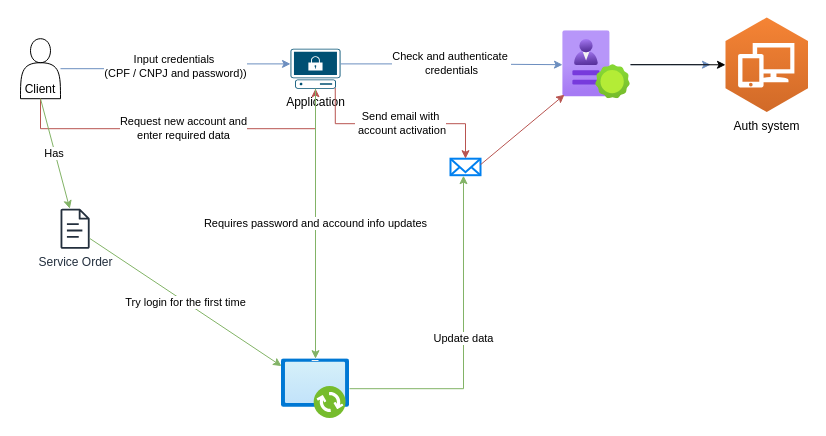
Earlier version of the draw.io diagram page "Domain Storytelling" (3 of 3) of docs/storytelling/Vehicle registration.drawio (1ChristianAlex/motordesk). Source tidied: cells renumbered, new cells numbered last; positions are measured from the earlier drawing's top-left corner, leaving out a move shared by most shapes. Both pictures are drawn from the tidied source at 100%, with x=0, y=0 at pixel (20, 17).
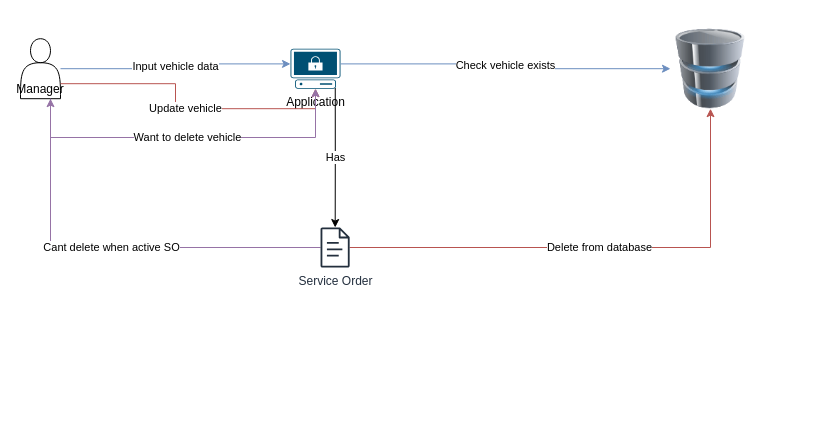
The same page after the edit.

Change to the diagram source:
```diff
@@
-    <mxCell id="2" style="group;" parent="1" vertex="1">
-      <mxGeometry width="787.5" height="401.2" as="geometry" />
-    </mxCell>
-    <mxCell id="3" value="Client" style="shape=actor;whiteSpace=wrap;html=1;verticalAlign=bottom;" parent="2" vertex="1">
+    <mxCell id="3" value="Manager" style="shape=actor;whiteSpace=wrap;html=1;verticalAlign=bottom;" parent="1" vertex="1">
       <mxGeometry y="21.2" width="40" height="60" as="geometry" />
     </mxCell>
+    <mxCell id="15" value="Has" style="edgeStyle=orthogonalEdgeStyle;rounded=0;jettySize=auto;html=1;exitX=0.895;exitY=0.98;exitDx=0;exitDy=0;exitPerimeter=0;" parent="1" edge="1" source="4" target="16">
+      <mxGeometry relative="1" as="geometry" />
+    </mxCell>
-    <mxCell id="4" value="Application" style="points=[[0.02,0.015,0],[0.5,0,0],[0.98,0.015,0],[1,0.38,0],[0.895,0.98,0],[0.5,1,0],[0.105,0.98,0],[0,0.38,0]];verticalLabelPosition=bottom;sketch=0;html=1;verticalAlign=top;align=center;shape=mxgraph.cisco19.secure_endpoint_pc;fillColor=#005073;strokeColor=none;" parent="2" vertex="1">
+    <mxCell id="4" value="Application" style="points=[[0.02,0.015,0],[0.5,0,0],[0.98,0.015,0],[1,0.38,0],[0.895,0.98,0],[0.5,1,0],[0.105,0.98,0],[0,0.38,0]];verticalLabelPosition=bottom;sketch=0;html=1;verticalAlign=top;align=center;shape=mxgraph.cisco19.secure_endpoint_pc;fillColor=#005073;strokeColor=none;" parent="1" vertex="1">
       <mxGeometry x="270" y="31.2" width="50" height="40" as="geometry" />
     </mxCell>
-    <mxCell id="5" value="Input credentials&amp;nbsp; &lt;br&gt;(CPF / CNPJ and password))" style="edgeStyle=orthogonalEdgeStyle;rounded=0;jettySize=auto;html=1;entryX=0;entryY=0.38;entryDx=0;entryDy=0;entryPerimeter=0;fillColor=#dae8fc;strokeColor=#6c8ebf;" parent="2" edge="1" source="3" target="4">
+    <mxCell id="5" value="Input vehicle data" style="edgeStyle=orthogonalEdgeStyle;rounded=0;jettySize=auto;html=1;entryX=0;entryY=0.38;entryDx=0;entryDy=0;entryPerimeter=0;fillColor=#dae8fc;strokeColor=#6c8ebf;" parent="1" edge="1" source="3" target="4">
       <mxGeometry relative="1" as="geometry" />
     </mxCell>
-    <mxCell id="6" style="edgeStyle=orthogonalEdgeStyle;rounded=0;jettySize=auto;html=1;fillColor=#dae8fc;strokeColor=#6c8ebf;" parent="2" edge="1" source="7">
-      <mxGeometry relative="1" as="geometry">
-        <mxPoint x="690" y="47.2" as="targetPoint" />
-      </mxGeometry>
-    </mxCell>
-    <mxCell id="7" style="image;html=1;points=[];align=center;fontSize=12;image=img/lib/azure2/identity/Verifiable_Credentials.svg;" parent="2" vertex="1">
-      <mxGeometry x="542" y="13.2" width="68" height="68" as="geometry" />
-    </mxCell>
-    <mxCell id="8" value="Check and authenticate&amp;nbsp;&lt;br&gt;credentials" style="edgeStyle=orthogonalEdgeStyle;rounded=0;jettySize=auto;html=1;exitX=1;exitY=0.38;exitDx=0;exitDy=0;exitPerimeter=0;fillColor=#dae8fc;strokeColor=#6c8ebf;" parent="2" edge="1" source="4" target="7">
+    <mxCell id="8" value="Check vehicle exists&lt;br&gt;" style="edgeStyle=orthogonalEdgeStyle;rounded=0;jettySize=auto;html=1;exitX=1;exitY=0.38;exitDx=0;exitDy=0;exitPerimeter=0;fillColor=#dae8fc;strokeColor=#6c8ebf;entryX=0;entryY=0.5;entryDx=0;entryDy=0;" parent="1" edge="1" source="4" target="21">
       <mxGeometry relative="1" as="geometry" />
     </mxCell>
-    <mxCell id="9" value="Auth system" style="outlineConnect=0;dashed=0;verticalLabelPosition=bottom;verticalAlign=top;align=center;html=1;shape=mxgraph.aws3.workspaces;fillColor=#D16A28;gradientColor=#F58435;gradientDirection=north;" parent="2" vertex="1">
-      <mxGeometry x="705" width="82.5" height="94.5" as="geometry" />
-    </mxCell>
-    <mxCell id="10" style="edgeStyle=orthogonalEdgeStyle;rounded=0;jettySize=auto;html=1;" parent="2" edge="1" source="7" target="9">
-      <mxGeometry relative="1" as="geometry" />
-    </mxCell>
-    <mxCell id="11" value="Request new account and &lt;br&gt;enter required data" style="edgeStyle=orthogonalEdgeStyle;rounded=0;jettySize=auto;html=1;exitX=0.5;exitY=1;exitDx=0;exitDy=0;entryX=0.5;entryY=1;entryDx=0;entryDy=0;entryPerimeter=0;fillColor=#f8cecc;strokeColor=#b85450;" parent="2" edge="1" source="3" target="4">
-      <mxGeometry relative="1" as="geometry">
-        <Array as="points">
-          <mxPoint x="20" y="111.2" />
-          <mxPoint x="295" y="111.2" />
-        </Array>
-      </mxGeometry>
-    </mxCell>
-    <mxCell id="12" style="html=1;verticalLabelPosition=bottom;align=center;labelBackgroundColor=#ffffff;verticalAlign=top;strokeWidth=2;strokeColor=#0080F0;shadow=0;dashed=0;shape=mxgraph.ios7.icons.mail;" parent="2" vertex="1">
-      <mxGeometry x="430" y="141.2" width="30" height="16.5" as="geometry" />
-    </mxCell>
-    <mxCell id="13" value="Send email with&lt;br&gt;&amp;nbsp;account activation" style="edgeStyle=orthogonalEdgeStyle;rounded=0;jettySize=auto;html=1;exitX=0.895;exitY=0.98;exitDx=0;exitDy=0;exitPerimeter=0;fillColor=#f8cecc;strokeColor=#b85450;" parent="2" edge="1" source="4" target="12">
-      <mxGeometry relative="1" as="geometry" />
-    </mxCell>
-    <mxCell id="14" style="endArrow=classic;html=1;rounded=0;exitX=1;exitY=0.364;exitDx=0;exitDy=0;exitPerimeter=0;entryX=0.029;entryY=0.941;entryDx=0;entryDy=0;entryPerimeter=0;fillColor=#f8cecc;strokeColor=#b85450;" parent="2" edge="1" source="12" target="7">
-      <mxGeometry relative="1" as="geometry" />
-    </mxCell>
-    <mxCell id="15" value="Has&amp;nbsp;" style="endArrow=classic;html=1;rounded=0;exitX=0.25;exitY=1;exitDx=0;exitDy=0;fillColor=#d5e8d4;strokeColor=#82b366;" parent="2" edge="1" target="16">
-      <mxGeometry relative="1" as="geometry">
-        <mxPoint x="20" y="81.2" as="sourcePoint" />
-      </mxGeometry>
-    </mxCell>
+    <mxCell id="21" style="image;html=1;image=img/lib/clip_art/computers/Database_128x128.png;" parent="1" vertex="1">
+      <mxGeometry x="650" y="11.2" width="80" height="80" as="geometry" />
+    </mxCell>
+    <mxCell id="22" value="Update vehicle" style="edgeStyle=orthogonalEdgeStyle;rounded=0;jettySize=auto;html=1;exitX=1;exitY=0.75;exitDx=0;exitDy=0;entryX=0.5;entryY=1;entryDx=0;entryDy=0;entryPerimeter=0;fillColor=#f8cecc;strokeColor=#b85450;" parent="1" edge="1" source="3" target="4">
+      <mxGeometry relative="1" as="geometry" />
+    </mxCell>
+    <mxCell id="23" value="Want to delete vehicle" style="edgeStyle=orthogonalEdgeStyle;rounded=0;jettySize=auto;html=1;exitX=0.75;exitY=1;exitDx=0;exitDy=0;entryX=0.5;entryY=1;entryDx=0;entryDy=0;entryPerimeter=0;fillColor=#e1d5e7;strokeColor=#9673a6;" parent="1" edge="1" source="3" target="4">
+      <mxGeometry relative="1" as="geometry">
+        <Array as="points">
+          <mxPoint x="30" y="120" />
+          <mxPoint x="295" y="120" />
+        </Array>
+      </mxGeometry>
+    </mxCell>
+    <mxCell id="24" value="Cant delete when active SO" style="edgeStyle=orthogonalEdgeStyle;rounded=0;jettySize=auto;html=1;entryX=0.75;entryY=1;entryDx=0;entryDy=0;fillColor=#e1d5e7;strokeColor=#9673a6;" parent="1" edge="1" source="16" target="3">
+      <mxGeometry relative="1" as="geometry" />
+    </mxCell>
+    <mxCell id="25" value="Delete from database" style="edgeStyle=orthogonalEdgeStyle;rounded=0;jettySize=auto;html=1;entryX=0.5;entryY=1;entryDx=0;entryDy=0;fillColor=#f8cecc;strokeColor=#b85450;" parent="1" edge="1" source="16" target="21">
+      <mxGeometry relative="1" as="geometry" />
+    </mxCell>
-    <mxCell id="16" value="Service Order" style="sketch=0;outlineConnect=0;fontColor=#232F3E;gradientColor=none;fillColor=#232F3D;strokeColor=none;dashed=0;verticalLabelPosition=bottom;verticalAlign=top;align=center;html=1;fontSize=12;fontStyle=0;shape=mxgraph.aws4.document;" parent="2" vertex="1">
-      <mxGeometry x="40" y="191.2" width="29.2" height="40" as="geometry" />
+    <mxCell id="16" value="Service Order" style="sketch=0;outlineConnect=0;fontColor=#232F3E;gradientColor=none;fillColor=#232F3D;strokeColor=none;dashed=0;verticalLabelPosition=bottom;verticalAlign=top;align=center;html=1;fontSize=12;fontStyle=0;shape=mxgraph.aws4.document;" parent="1" vertex="1">
+      <mxGeometry x="300" y="210" width="29.2" height="40" as="geometry" />
     </mxCell>
-    <mxCell id="17" value="Try login for the first time" style="endArrow=classic;html=1;rounded=0;fillColor=#d5e8d4;strokeColor=#82b366;" parent="2" edge="1" source="16" target="18">
-      <mxGeometry relative="1" as="geometry" />
-    </mxCell>
-    <mxCell id="18" style="image;html=1;points=[];align=center;fontSize=12;image=img/lib/azure2/intune/Software_Updates.svg;" parent="2" vertex="1">
-      <mxGeometry x="261" y="341.2" width="68" height="60" as="geometry" />
-    </mxCell>
-    <mxCell id="19" value="Update data" style="edgeStyle=orthogonalEdgeStyle;rounded=0;jettySize=auto;html=1;entryX=0.433;entryY=1.03;entryDx=0;entryDy=0;entryPerimeter=0;fillColor=#d5e8d4;strokeColor=#82b366;" parent="2" edge="1" source="18" target="12">
-      <mxGeometry relative="1" as="geometry" />
-    </mxCell>
-    <mxCell id="20" value="Requires password and accound info updates" style="edgeStyle=orthogonalEdgeStyle;rounded=0;jettySize=auto;html=1;exitX=0.5;exitY=1;exitDx=0;exitDy=0;exitPerimeter=0;fillColor=#d5e8d4;strokeColor=#82b366;" parent="2" edge="1" source="4" target="18">
-      <mxGeometry relative="1" as="geometry" />
-    </mxCell>
```
